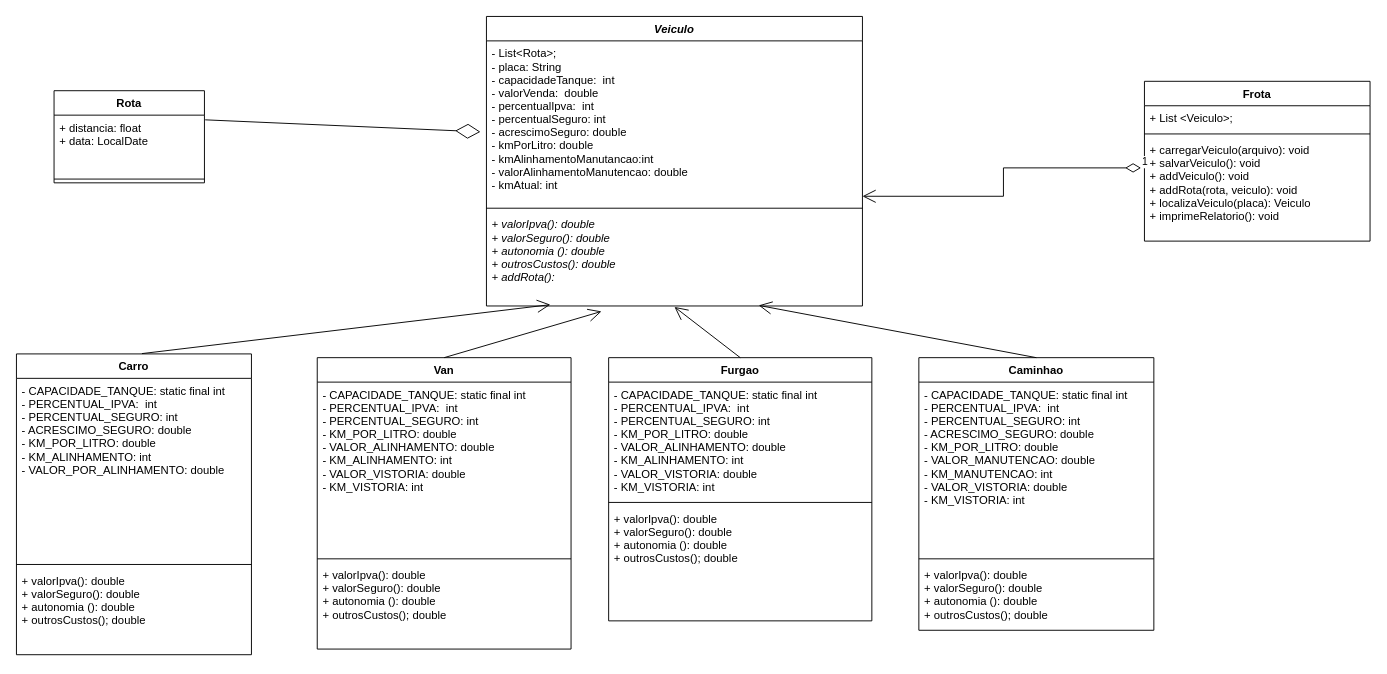
This is docs/diagramas/LPM - Diagrama Projeto 3.drawio from DisciplinasProgramacao/projetos-3-4-5-t-e-a-m, a draw.io file, before an edit. Source tidied: cells renumbered, new cells numbered last; positions are measured from the earlier drawing's top-left corner, leaving out a move shared by most shapes. Both pictures are drawn from the tidied source at 94%, with x=0, y=0 at pixel (16, 16).
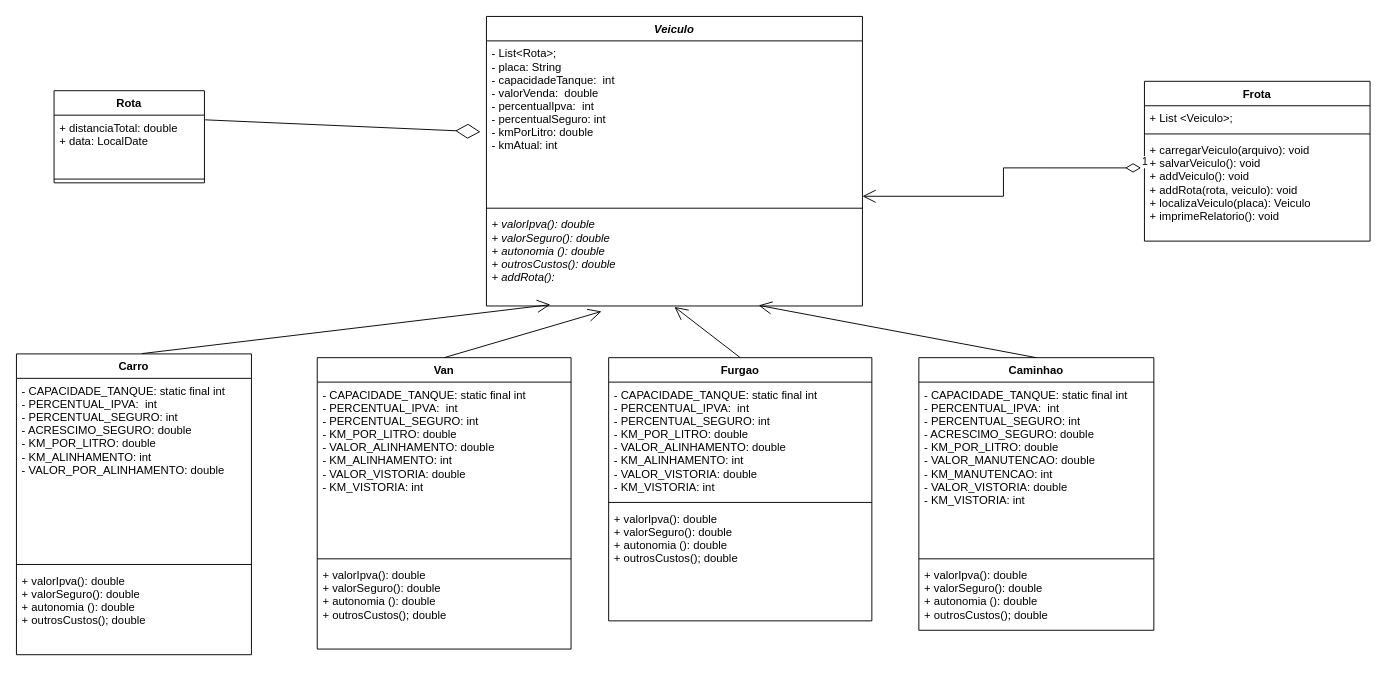
The same page after the edit.

Unchanged cells that the change refers to:
```xml
<mxCell id="2" value="Veiculo" style="swimlane;fontStyle=3;align=center;verticalAlign=top;horizontal=1;startSize=26;" parent="1" vertex="1">
  <mxGeometry x="500" width="400" height="308" as="geometry" />
</mxCell>
<mxCell id="6" value="Rota" style="swimlane;fontStyle=1;align=center;verticalAlign=top;horizontal=1;startSize=26;" parent="1" vertex="1">
  <mxGeometry x="40" y="79" width="160" height="98" as="geometry" />
</mxCell>
```

The edit, as a diff of the source:
```diff
@@
-    <mxCell id="3" value="- List&lt;Rota&gt;;&#10;- placa: String&#10;- capacidadeTanque:  int&#10;- valorVenda:  double&#10;- percentualIpva:  int&#10;- percentualSeguro: int&#10;- acrescimoSeguro: double&#10;- kmPorLitro: double&#10;- kmAlinhamentoManutancao:int&#10;- valorAlinhamentoManutencao: double&#10;- kmAtual: int" style="text;strokeColor=none;fillColor=none;align=left;verticalAlign=top;spacingLeft=4;spacingRight=4;overflow=hidden;points=[[0,0.5],[1,0.5]];portConstraint=eastwest;" parent="2" vertex="1">
+    <mxCell id="3" value="- List&lt;Rota&gt;;&#10;- placa: String&#10;- capacidadeTanque:  int&#10;- valorVenda:  double&#10;- percentualIpva:  int&#10;- percentualSeguro: int&#10;- kmPorLitro: double&#10;- kmAtual: int" style="text;strokeColor=none;fillColor=none;align=left;verticalAlign=top;spacingLeft=4;spacingRight=4;overflow=hidden;points=[[0,0.5],[1,0.5]];portConstraint=eastwest;" parent="2" vertex="1">
       <mxGeometry y="26" width="400" height="174" as="geometry" />
     </mxCell>
@@
-    <mxCell id="7" value="+ distancia: float&#10;+ data: LocalDate " style="text;strokeColor=none;fillColor=none;align=left;verticalAlign=top;spacingLeft=4;spacingRight=4;overflow=hidden;points=[[0,0.5],[1,0.5]];portConstraint=eastwest;" parent="6" vertex="1">
+    <mxCell id="7" value="+ distanciaTotal: double&#10;+ data: LocalDate " style="text;strokeColor=none;fillColor=none;align=left;verticalAlign=top;spacingLeft=4;spacingRight=4;overflow=hidden;points=[[0,0.5],[1,0.5]];portConstraint=eastwest;" parent="6" vertex="1">
       <mxGeometry y="26" width="160" height="64" as="geometry" />
     </mxCell>
```
